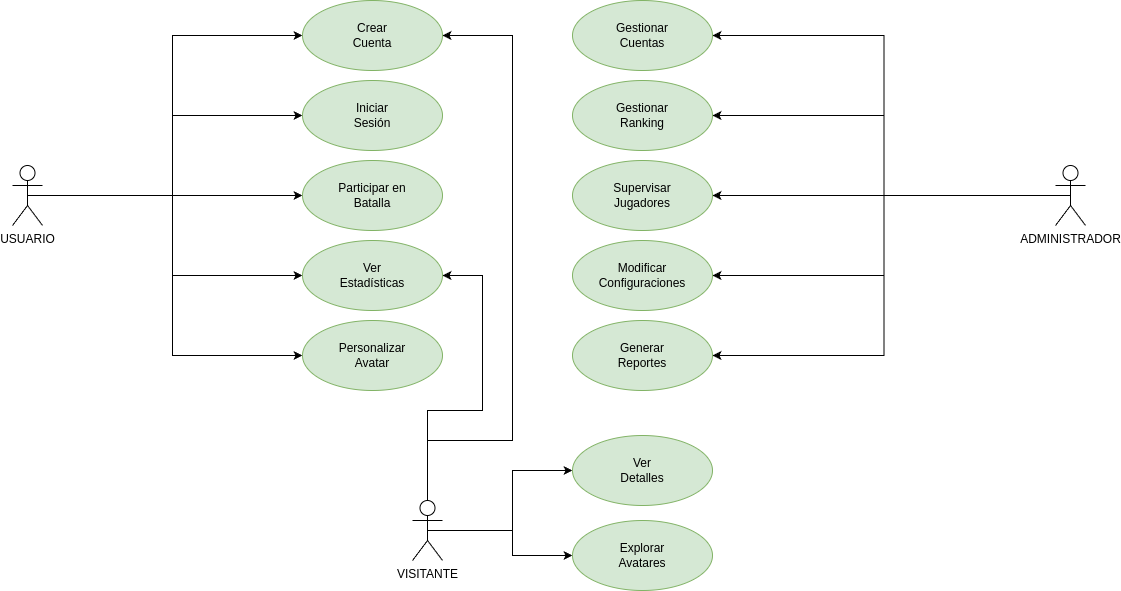
The draw.io diagram images/casos-de-uso.drawio.png in AdrianRoguez/batalla-pulsaciones, before a commit. Source tidied: cells renumbered, new cells last; positions are measured from the earlier drawing's top-left corner, leaving out a move shared by most shapes.
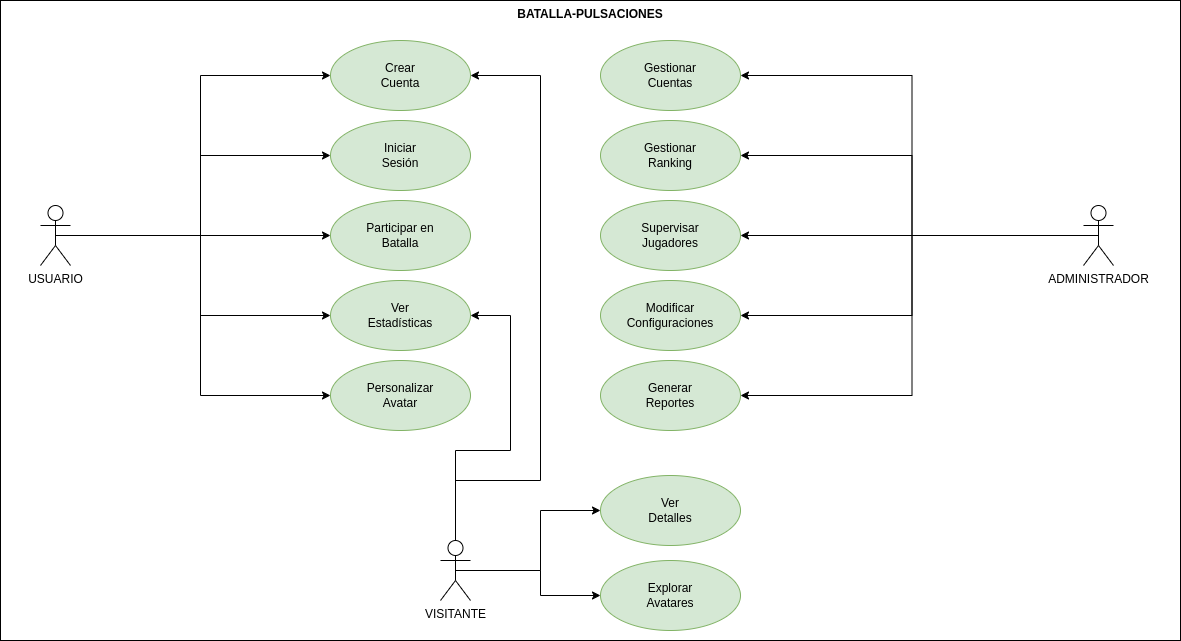
Above is the later version.

The edit, as a diff of the source:
```diff
@@ -2,6 +2,9 @@
   <root>
     <mxCell id="0" />
     <mxCell id="1" parent="0" />
+    <mxCell id="31" value="BATALLA-PULSACIONES" style="shape=rect;html=1;verticalAlign=top;fontStyle=1;whiteSpace=wrap;align=center;" parent="1" vertex="1">
+      <mxGeometry x="-40" y="-40" width="1180" height="640" as="geometry" />
+    </mxCell>
     <mxCell id="2" style="edgeStyle=orthogonalEdgeStyle;rounded=0;jettySize=auto;html=1;exitX=0.5;exitY=0.5;exitDx=0;exitDy=0;exitPerimeter=0;entryX=0;entryY=0.5;entryDx=0;entryDy=0;" parent="1" edge="1" source="7" target="21">
       <mxGeometry relative="1" as="geometry" />
     </mxCell>
```
